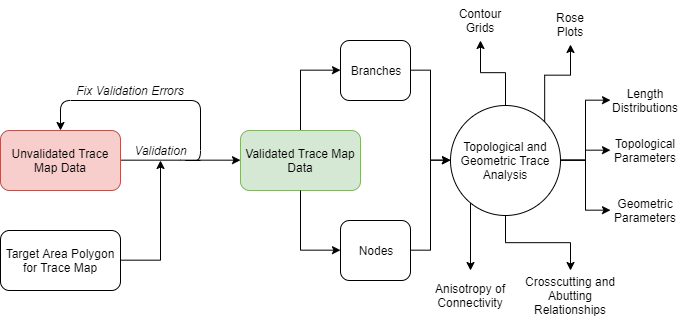
The draw.io diagram docs_src/imgs/fractopo_2d_diagram.png in nialov/fractopo, before a commit. Source tidied: cells renumbered, new cells last; positions are measured from the earlier drawing's top-left corner, leaving out a move shared by most shapes.
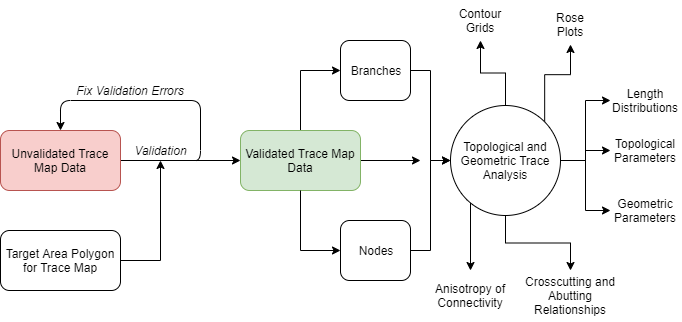
Later version of the same file.

Commit message:
better diagram; delete decrepid

The edit, as a diff of the source:
```diff
@@ -15,6 +15,11 @@
         </Array>
       </mxGeometry>
     </mxCell>
+    <mxCell id="31" style="edgeStyle=orthogonalEdgeStyle;rounded=0;jettySize=auto;html=1;" parent="1" edge="1" source="5">
+      <mxGeometry relative="1" as="geometry">
+        <mxPoint x="420" y="160" as="targetPoint" />
+      </mxGeometry>
+    </mxCell>
     <mxCell id="5" value="Validated Trace Map Data" style="rounded=1;whiteSpace=wrap;html=1;fillColor=#d5e8d4;strokeColor=#82b366;" parent="1" vertex="1">
       <mxGeometry x="240" y="130" width="120" height="60" as="geometry" />
     </mxCell>
```
